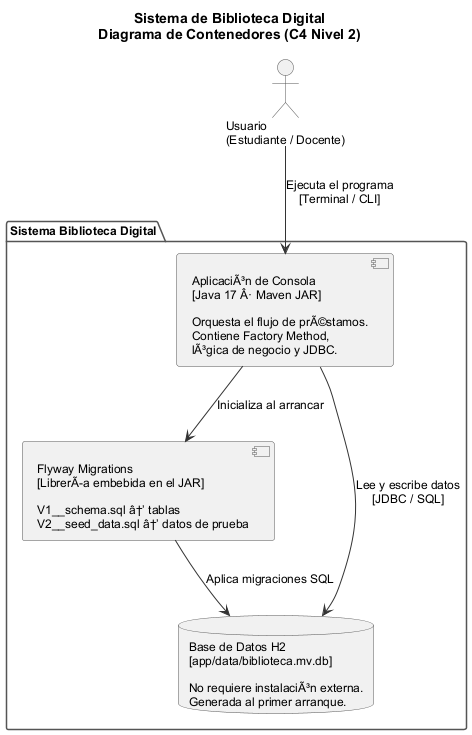
Above: docs/diagrams/c4-containers.png in Gonzalo-Romero-V/Factory-Method---GRUPO-04 (PlantUML), before the change.
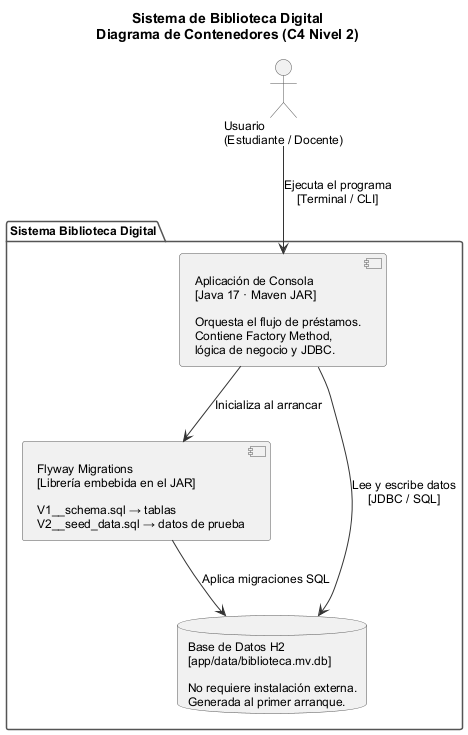
The same diagram one commit later.

Diff of the diagram source:
```diff
@@ -12,11 +12,11 @@
 actor "Usuario\n(Estudiante / Docente)" as usuario
 
 package "Sistema Biblioteca Digital" {
-    component "AplicaciÃ³n de Consola\n[Java 17 Â· Maven JAR]\n\nOrquesta el flujo de prÃ©stamos.\nContiene Factory Method,\nlÃ³gica de negocio y JDBC." as app
+    component "Aplicación de Consola\n[Java 17 · Maven JAR]\n\nOrquesta el flujo de préstamos.\nContiene Factory Method,\nlógica de negocio y JDBC." as app
 
-    component "Flyway Migrations\n[LibrerÃ­a embebida en el JAR]\n\nV1__schema.sql â†’ tablas\nV2__seed_data.sql â†’ datos de prueba" as flyway
+    component "Flyway Migrations\n[Librería embebida en el JAR]\n\nV1__schema.sql → tablas\nV2__seed_data.sql → datos de prueba" as flyway
 
-    database "Base de Datos H2\n[app/data/biblioteca.mv.db]\n\nNo requiere instalaciÃ³n externa.\nGenerada al primer arranque." as db
+    database "Base de Datos H2\n[app/data/biblioteca.mv.db]\n\nNo requiere instalación externa.\nGenerada al primer arranque." as db
 }
 
 usuario --> app    : Ejecuta el programa\n[Terminal / CLI]
```
